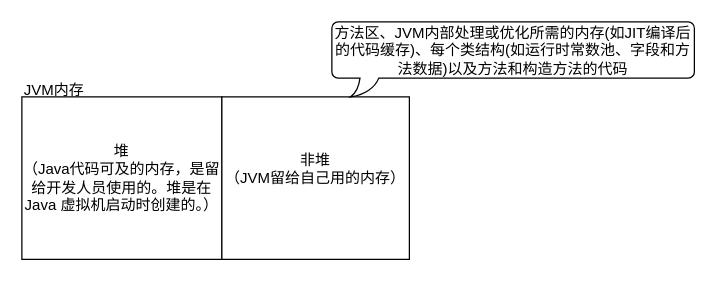
RebeccaZhong/markdown-photos keeps this draw.io diagram as 专业技能/Java/JVM/JVM堆内存.drawio. Above is the earlier version. Source tidied: cells renumbered, new cells numbered last; positions are measured from the earlier drawing's top-left corner, leaving out a move shared by most shapes. Both pictures are drawn from the tidied source at 125%, with x=0, y=0 at pixel (21, 21).
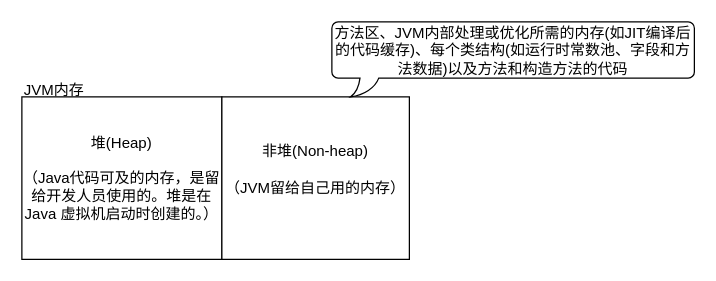
After the change.

The edit, as a diff of the source:
```diff
@@
 <mxGraphModel>
   <root>
     <mxCell id="0" />
     <mxCell id="1" parent="0" />
-    <mxCell id="2" value="堆&lt;br&gt;（Java代码可及的内存，是留给开发人员使用的。堆是在 Java 虚拟机启动时创建的。）&lt;br&gt;" style="rounded=0;whiteSpace=wrap;html=1;" parent="1" vertex="1">
+    <mxCell id="2" value="堆(Heap)&lt;br&gt;&lt;br&gt;（Java代码可及的内存，是留给开发人员使用的。堆是在 Java 虚拟机启动时创建的。）&lt;br&gt;" style="rounded=0;whiteSpace=wrap;html=1;" parent="1" vertex="1">
       <mxGeometry y="60" width="160" height="130" as="geometry" />
     </mxCell>
     <mxCell id="3" value="JVM内存" style="text;html=1;align=left;verticalAlign=top;spacingTop=-4;" parent="1" vertex="1">
       <mxGeometry y="45" width="60" height="20" as="geometry" />
     </mxCell>
-    <mxCell id="4" value="非堆&lt;br&gt;（JVM留给自己用的内存）&lt;br&gt;&lt;br&gt;" style="rounded=0;whiteSpace=wrap;html=1;" parent="1" vertex="1">
+    <mxCell id="4" value="非堆(Non-heap)&lt;br&gt;&lt;br&gt;（JVM留给自己用的内存）&lt;br&gt;&lt;br&gt;" style="rounded=0;whiteSpace=wrap;html=1;" parent="1" vertex="1">
       <mxGeometry x="160" y="60" width="150" height="130" as="geometry" />
     </mxCell>
     <mxCell id="5" value="&lt;span&gt;方法区、JVM内部处理或优化所需的内存(如JIT编译后的代码缓存)、每个类结构(如运行时常数池、字段和方法数据)以及方法和构造方法的代码&lt;/span&gt;" style="whiteSpace=wrap;html=1;shape=mxgraph.basic.roundRectCallout;dx=30;dy=15;size=5;boundedLbl=1;" parent="1" vertex="1">
       <mxGeometry x="248" width="290" height="60" as="geometry" />
     </mxCell>
   </root>
 </mxGraphModel>
```
